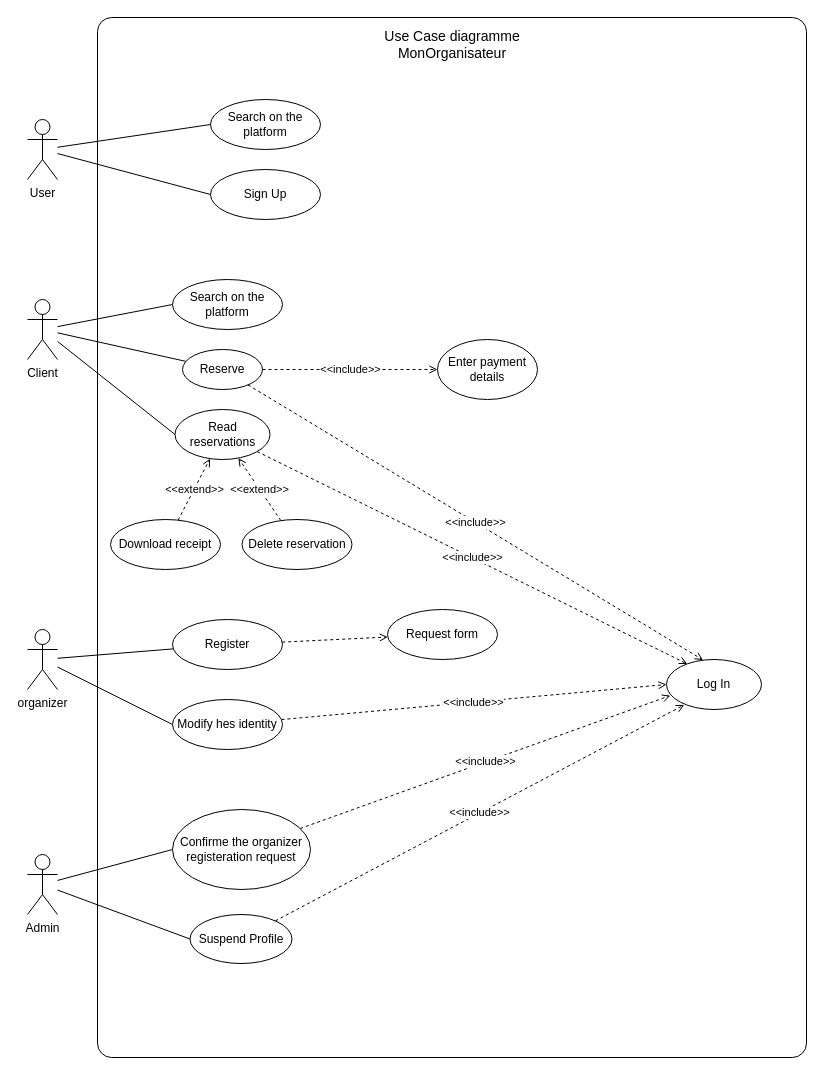
Before: UML/Use_Case.drawio in daalimouhcine/Mon_Organisateur, a draw.io diagram. Source tidied: cells renumbered, new cells numbered last; positions are measured from the earlier drawing's top-left corner, leaving out a move shared by most shapes. Both pictures are drawn from the tidied source at 100%, with x=0, y=0 at pixel (27, 17).
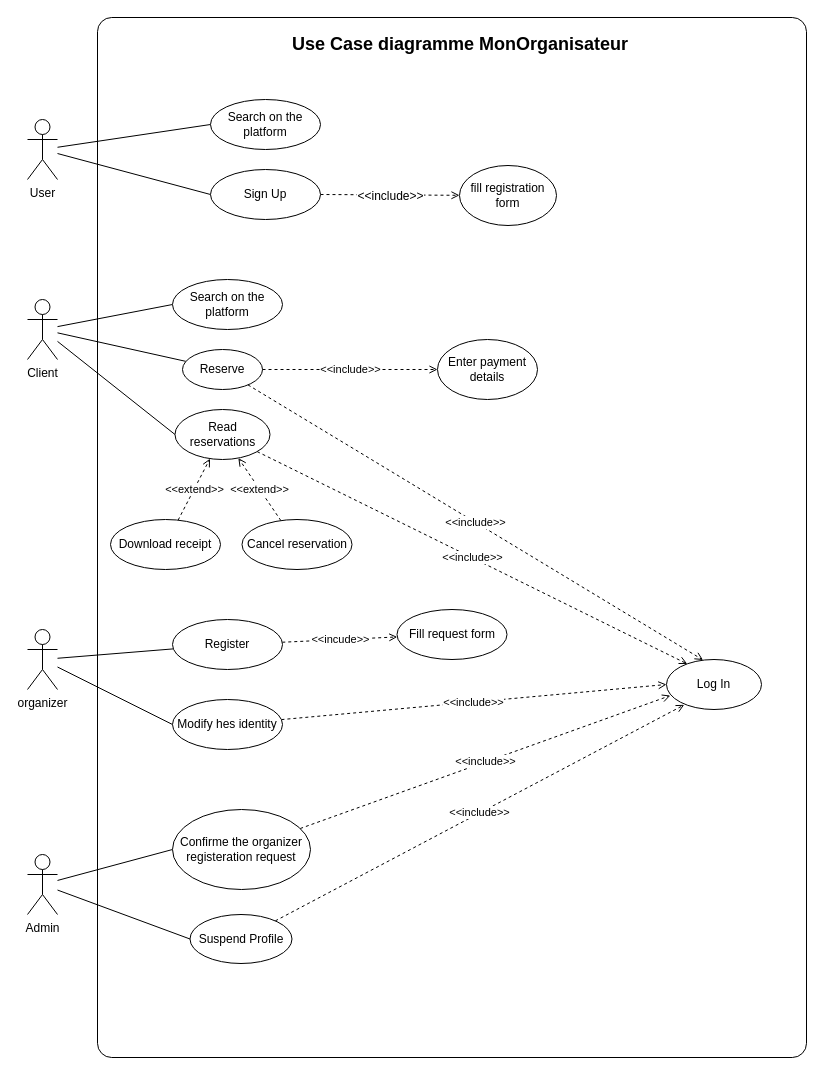
The same page after the edit.

Commit message:
add more on the use cases

Unchanged cells that the change refers to:
```xml
<mxCell id="31" value="Sign Up" style="ellipse;whiteSpace=wrap;html=1;" parent="1" vertex="1">
  <mxGeometry x="183" y="152" width="110" height="50" as="geometry" />
</mxCell>
<mxCell id="35" value="Register" style="ellipse;whiteSpace=wrap;html=1;" parent="1" vertex="1">
  <mxGeometry x="145" y="602" width="110" height="50" as="geometry" />
</mxCell>
```

Change to the diagram source:
```diff
@@
-    <mxCell id="2" style="rounded=1;whiteSpace=wrap;html=1;arcSize=2;" parent="1" vertex="1">
+    <mxCell id="2" style="rounded=1;whiteSpace=wrap;html=1;arcSize=2;fontStyle=0;" parent="1" vertex="1">
       <mxGeometry x="70" width="709" height="1040" as="geometry" />
     </mxCell>
@@
-    <mxCell id="10" value="&lt;font style=&quot;font-size: 14px&quot;&gt;Use Case diagramme&lt;br&gt;MonOrganisateur&lt;/font&gt;" style="text;html=1;strokeColor=none;fillColor=none;align=center;verticalAlign=middle;whiteSpace=wrap;rounded=0;" parent="1" vertex="1">
-      <mxGeometry x="324.5" y="12" width="200" height="30" as="geometry" />
+    <mxCell id="10" value="&lt;font style=&quot;font-size: 18px&quot;&gt;&lt;b&gt;Use Case diagramme MonOrganisateur&lt;/b&gt;&lt;/font&gt;" style="text;html=1;strokeColor=none;fillColor=none;align=center;verticalAlign=middle;whiteSpace=wrap;rounded=0;" parent="1" vertex="1">
+      <mxGeometry x="203" y="12" width="460" height="30" as="geometry" />
     </mxCell>
@@
+    <mxCell id="42" value="&lt;font style=&quot;font-size: 12px&quot;&gt;&amp;lt;&amp;lt;include&amp;gt;&amp;gt;&lt;/font&gt;" style="edgeStyle=none;html=1;fontSize=18;dashed=1;endArrow=open;endFill=0;" parent="1" edge="1" source="31" target="43">
+      <mxGeometry relative="1" as="geometry" />
+    </mxCell>
@@
-    <mxCell id="34" style="edgeStyle=none;rounded=0;jettySize=auto;html=1;dashed=1;endArrow=open;endFill=0;" parent="1" edge="1" source="35" target="37">
+    <mxCell id="34" value="&amp;lt;&amp;lt;incude&amp;gt;&amp;gt;" style="edgeStyle=none;rounded=0;jettySize=auto;html=1;dashed=1;endArrow=open;endFill=0;" parent="1" edge="1" source="35" target="37">
       <mxGeometry relative="1" as="geometry" />
     </mxCell>
@@
-    <mxCell id="37" value="Request form" style="ellipse;whiteSpace=wrap;html=1;" parent="1" vertex="1">
-      <mxGeometry x="360" y="592" width="110" height="50" as="geometry" />
+    <mxCell id="37" value="Fill request form" style="ellipse;whiteSpace=wrap;html=1;" parent="1" vertex="1">
+      <mxGeometry x="369.5" y="592" width="110" height="50" as="geometry" />
     </mxCell>
@@
-    <mxCell id="40" value="Delete reservation" style="ellipse;whiteSpace=wrap;html=1;" parent="1" vertex="1">
+    <mxCell id="40" value="Cancel reservation" style="ellipse;whiteSpace=wrap;html=1;" parent="1" vertex="1">
       <mxGeometry x="214.5" y="502" width="110" height="50" as="geometry" />
     </mxCell>
@@
+    <mxCell id="43" value="fill registration form" style="ellipse;whiteSpace=wrap;html=1;" parent="1" vertex="1">
+      <mxGeometry x="432" y="148" width="97" height="60" as="geometry" />
+    </mxCell>
```
